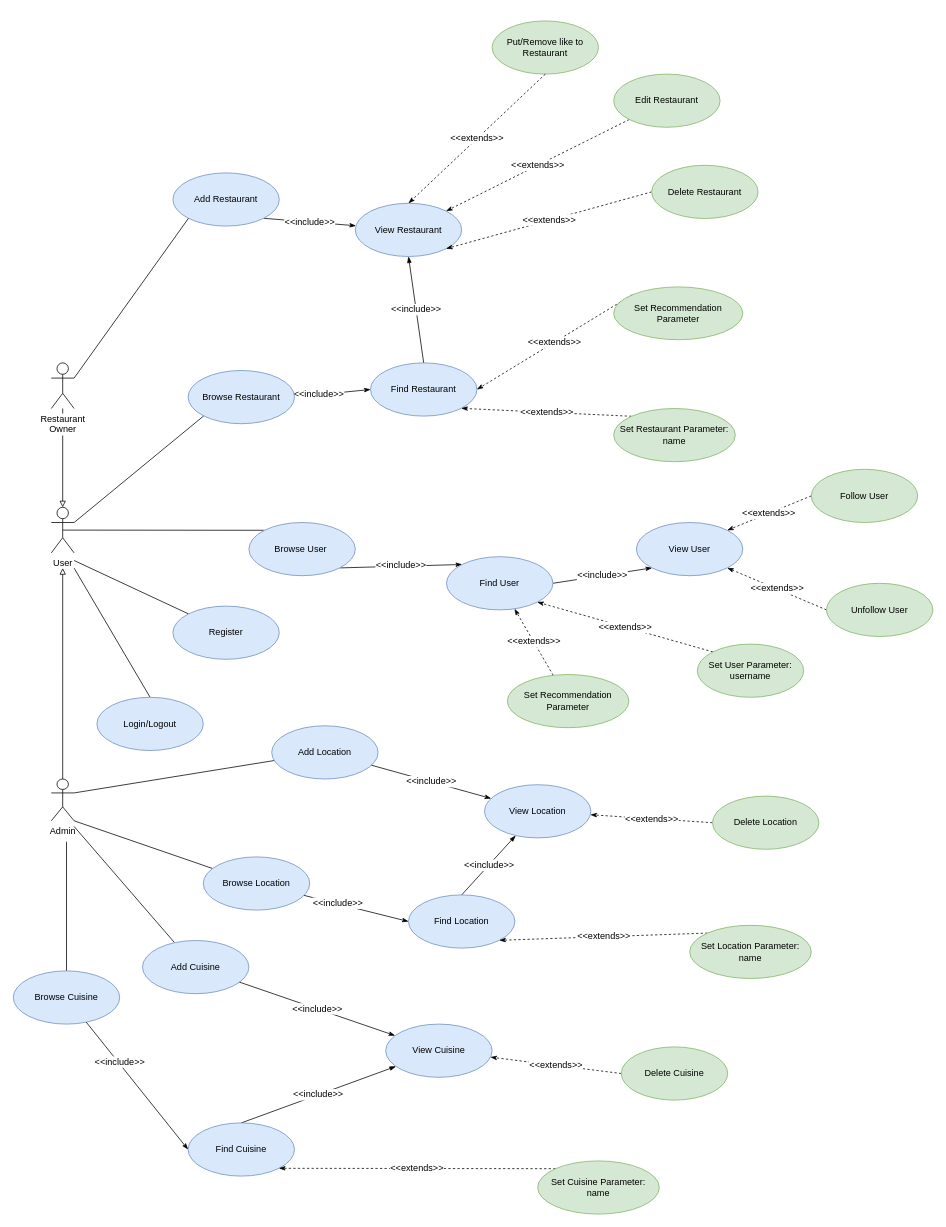
Before: page "Page-2" (2 of 2) of draw.io/data_model.drawio in spampas/restaurant_recommendation_graphdb, a draw.io diagram. Source tidied: cells renumbered, new cells numbered last; positions are measured from the earlier drawing's top-left corner, leaving out a move shared by most shapes. Both pictures are drawn from the tidied source at 76%, with x=0, y=0 at pixel (13, 21).
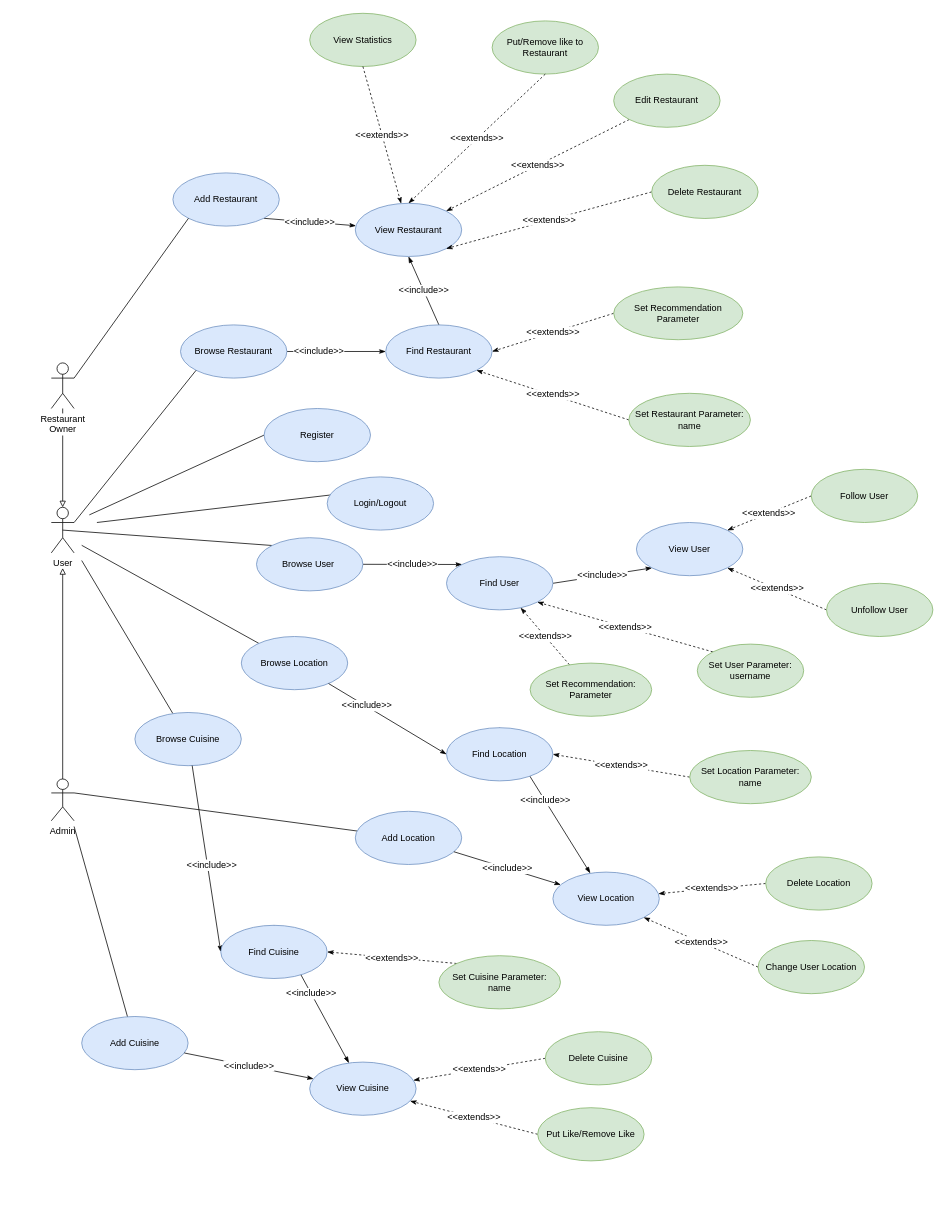
After the change.

Unchanged cells that the change refers to:
```xml
<mxCell id="11" value="View Restaurant" style="ellipse;whiteSpace=wrap;html=1;fontSize=12;fillColor=#dae8fc;strokeColor=#6c8ebf;" parent="1" vertex="1">
  <mxGeometry x="450" y="240" width="140" height="70" as="geometry" />
</mxCell>
<mxCell id="20" value="Find User" style="ellipse;whiteSpace=wrap;html=1;fontSize=12;fillColor=#dae8fc;strokeColor=#6c8ebf;" parent="1" vertex="1">
  <mxGeometry x="570" y="705" width="140" height="70" as="geometry" />
</mxCell>
<mxCell id="36" value="Set Recommendation Parameter" style="ellipse;whiteSpace=wrap;html=1;fontSize=12;fillColor=#d5e8d4;strokeColor=#82b366;" parent="1" vertex="1">
  <mxGeometry x="790" y="350" width="169.9" height="69.5" as="geometry" />
</mxCell>
<mxCell id="44" value="Admin" style="shape=umlActor;verticalLabelPosition=bottom;labelBackgroundColor=#ffffff;verticalAlign=top;html=1;" parent="1" vertex="1">
  <mxGeometry x="50" y="997.5" width="30" height="55" as="geometry" />
</mxCell>
<mxCell id="67" style="edgeStyle=none;rounded=0;jettySize=auto;html=1;entryX=0;entryY=0.5;entryDx=0;entryDy=0;endArrow=classicThin;endFill=1;fontSize=12;" parent="1" edge="1" source="60" target="70">
  <mxGeometry relative="1" as="geometry" />
</mxCell>
```

Change to the diagram source:
```diff
@@
-    <mxCell id="7" style="edgeStyle=none;rounded=0;jettySize=auto;html=1;exitX=0;exitY=0;exitDx=0;exitDy=0;endArrow=none;endFill=0;fontSize=12;" parent="1" edge="1" source="8">
+    <mxCell id="7" style="edgeStyle=none;rounded=0;jettySize=auto;html=1;exitX=0;exitY=0.5;exitDx=0;exitDy=0;endArrow=none;endFill=0;fontSize=12;" parent="1" edge="1" source="8">
       <mxGeometry relative="1" as="geometry">
-        <mxPoint x="80" y="710" as="targetPoint" />
+        <mxPoint x="100" y="650" as="targetPoint" />
       </mxGeometry>
     </mxCell>
     <mxCell id="8" value="Register" style="ellipse;whiteSpace=wrap;html=1;fontSize=12;fillColor=#dae8fc;strokeColor=#6c8ebf;" parent="1" vertex="1">
-      <mxGeometry x="210" y="770" width="140" height="70" as="geometry" />
+      <mxGeometry x="330" y="510" width="140" height="70" as="geometry" />
     </mxCell>
-    <mxCell id="9" style="edgeStyle=none;rounded=0;jettySize=auto;html=1;exitX=0.5;exitY=0;exitDx=0;exitDy=0;endArrow=none;endFill=0;fontSize=12;" parent="1" edge="1" source="10">
+    <mxCell id="9" style="edgeStyle=none;rounded=0;jettySize=auto;html=1;exitX=1;exitY=0;exitDx=0;exitDy=0;endArrow=none;endFill=0;fontSize=12;" parent="1" edge="1" source="10">
       <mxGeometry relative="1" as="geometry">
-        <mxPoint x="80" y="720" as="targetPoint" />
+        <mxPoint x="110" y="660" as="targetPoint" />
       </mxGeometry>
     </mxCell>
     <mxCell id="10" value="Login/Logout" style="ellipse;whiteSpace=wrap;html=1;fontSize=12;fillColor=#dae8fc;strokeColor=#6c8ebf;" parent="1" vertex="1">
-      <mxGeometry x="110" y="890" width="140" height="70" as="geometry" />
+      <mxGeometry x="413" y="600" width="140" height="70" as="geometry" />
     </mxCell>
@@
-    <mxCell id="16" value="&amp;lt;&amp;lt;include&amp;gt;&amp;gt;" style="rounded=0;jettySize=auto;html=1;exitX=1;exitY=1;exitDx=0;exitDy=0;entryX=0;entryY=0;entryDx=0;entryDy=0;endArrow=classicThin;endFill=1;fontSize=12;" parent="1" edge="1" source="18" target="20">
+    <mxCell id="16" value="&amp;lt;&amp;lt;include&amp;gt;&amp;gt;" style="rounded=0;jettySize=auto;html=1;exitX=1;exitY=0.5;exitDx=0;exitDy=0;entryX=0;entryY=0;entryDx=0;entryDy=0;endArrow=classicThin;endFill=1;fontSize=12;" parent="1" edge="1" source="18" target="20">
       <mxGeometry relative="1" as="geometry" />
     </mxCell>
@@
     <mxCell id="18" value="Browse User&amp;nbsp;" style="ellipse;whiteSpace=wrap;html=1;fontSize=12;fillColor=#dae8fc;strokeColor=#6c8ebf;" parent="1" vertex="1">
-      <mxGeometry x="310" y="660" width="140" height="70" as="geometry" />
+      <mxGeometry x="320" y="680" width="140" height="70" as="geometry" />
     </mxCell>
@@
     <mxCell id="30" value="Browse Restaurant" style="ellipse;whiteSpace=wrap;html=1;fontSize=12;fillColor=#dae8fc;strokeColor=#6c8ebf;" parent="1" vertex="1">
-      <mxGeometry x="230" y="460" width="140" height="70" as="geometry" />
+      <mxGeometry x="220" y="400" width="140" height="70" as="geometry" />
     </mxCell>
@@
     <mxCell id="32" value="Find Restaurant" style="ellipse;whiteSpace=wrap;html=1;fontSize=12;fillColor=#dae8fc;strokeColor=#6c8ebf;" parent="1" vertex="1">
-      <mxGeometry x="470" y="450" width="140" height="70" as="geometry" />
+      <mxGeometry x="490" y="400" width="140" height="70" as="geometry" />
     </mxCell>
-    <mxCell id="33" value="&amp;lt;&amp;lt;extends&amp;gt;&amp;gt;" style="edgeStyle=none;rounded=0;jettySize=auto;html=1;exitX=0;exitY=0;exitDx=0;exitDy=0;entryX=1;entryY=1;entryDx=0;entryDy=0;dashed=1;endArrow=classicThin;endFill=1;fontSize=12;" parent="1" edge="1" source="34" target="32">
+    <mxCell id="33" value="&amp;lt;&amp;lt;extends&amp;gt;&amp;gt;" style="edgeStyle=none;rounded=0;jettySize=auto;html=1;exitX=0;exitY=0.5;exitDx=0;exitDy=0;entryX=1;entryY=1;entryDx=0;entryDy=0;dashed=1;endArrow=classicThin;endFill=1;fontSize=12;" parent="1" edge="1" source="34" target="32">
       <mxGeometry relative="1" as="geometry" />
     </mxCell>
     <mxCell id="34" value="Set Restaurant Parameter:&lt;br&gt;name" style="ellipse;whiteSpace=wrap;html=1;fontSize=12;fillColor=#d5e8d4;strokeColor=#82b366;" parent="1" vertex="1">
-      <mxGeometry x="790" y="510" width="160" height="70" as="geometry" />
+      <mxGeometry x="809.9" y="490" width="160" height="70" as="geometry" />
     </mxCell>
-    <mxCell id="35" value="&amp;lt;&amp;lt;extends&amp;gt;&amp;gt;" style="edgeStyle=none;rounded=0;jettySize=auto;html=1;exitX=0;exitY=0;exitDx=0;exitDy=0;entryX=1;entryY=0.5;entryDx=0;entryDy=0;dashed=1;endArrow=classicThin;endFill=1;fontSize=12;" parent="1" edge="1" source="36" target="32">
+    <mxCell id="35" value="&amp;lt;&amp;lt;extends&amp;gt;&amp;gt;" style="edgeStyle=none;rounded=0;jettySize=auto;html=1;exitX=0;exitY=0.5;exitDx=0;exitDy=0;entryX=1;entryY=0.5;entryDx=0;entryDy=0;dashed=1;endArrow=classicThin;endFill=1;fontSize=12;" parent="1" edge="1" source="36" target="32">
       <mxGeometry relative="1" as="geometry" />
     </mxCell>
@@
-    <mxCell id="42" value="Set Recommendation Parameter" style="ellipse;whiteSpace=wrap;html=1;fontSize=12;fillColor=#d5e8d4;strokeColor=#82b366;" parent="1" vertex="1">
-      <mxGeometry x="650" y="860" width="160" height="70" as="geometry" />
+    <mxCell id="42" value="Set Recommendation: Parameter" style="ellipse;whiteSpace=wrap;html=1;fontSize=12;fillColor=#d5e8d4;strokeColor=#82b366;" parent="1" vertex="1">
+      <mxGeometry x="680" y="845" width="160" height="70" as="geometry" />
     </mxCell>
@@
     <mxCell id="46" value="Add Location" style="ellipse;whiteSpace=wrap;html=1;fontSize=12;fillColor=#dae8fc;strokeColor=#6c8ebf;" parent="1" vertex="1">
-      <mxGeometry x="340" y="927.5" width="140" height="70" as="geometry" />
+      <mxGeometry x="450" y="1040" width="140" height="70" as="geometry" />
     </mxCell>
@@
     <mxCell id="48" value="Add Cuisine" style="ellipse;whiteSpace=wrap;html=1;fontSize=12;fillColor=#dae8fc;strokeColor=#6c8ebf;" parent="1" vertex="1">
-      <mxGeometry x="170" y="1210" width="140" height="70" as="geometry" />
+      <mxGeometry x="90" y="1310" width="140" height="70" as="geometry" />
     </mxCell>
@@
     <mxCell id="50" value="View Cuisine" style="ellipse;whiteSpace=wrap;html=1;fontSize=12;fillColor=#dae8fc;strokeColor=#6c8ebf;" parent="1" vertex="1">
-      <mxGeometry x="490" y="1320" width="140" height="70" as="geometry" />
+      <mxGeometry x="390" y="1370" width="140" height="70" as="geometry" />
     </mxCell>
@@
     <mxCell id="52" value="View Location" style="ellipse;whiteSpace=wrap;html=1;fontSize=12;fillColor=#dae8fc;strokeColor=#6c8ebf;" parent="1" vertex="1">
-      <mxGeometry x="620" y="1005" width="140" height="70" as="geometry" />
+      <mxGeometry x="710" y="1120" width="140" height="70" as="geometry" />
     </mxCell>
@@
     <mxCell id="54" value="Delete Cuisine" style="ellipse;whiteSpace=wrap;html=1;fontSize=12;fillColor=#d5e8d4;strokeColor=#82b366;" parent="1" vertex="1">
-      <mxGeometry x="800" y="1350" width="140" height="70" as="geometry" />
+      <mxGeometry x="700" y="1330" width="140" height="70" as="geometry" />
     </mxCell>
@@
     <mxCell id="56" value="Delete Location" style="ellipse;whiteSpace=wrap;html=1;fontSize=12;fillColor=#d5e8d4;strokeColor=#82b366;" parent="1" vertex="1">
-      <mxGeometry x="920" y="1020" width="140" height="70" as="geometry" />
+      <mxGeometry x="990" y="1100" width="140" height="70" as="geometry" />
     </mxCell>
-    <mxCell id="57" style="rounded=0;jettySize=auto;html=1;entryX=1;entryY=1;entryDx=0;entryDy=0;entryPerimeter=0;endArrow=none;endFill=0;" parent="1" edge="1" source="58" target="44">
-      <mxGeometry relative="1" as="geometry" />
+    <mxCell id="57" style="rounded=0;jettySize=auto;html=1;endArrow=none;endFill=0;" parent="1" edge="1" source="58">
+      <mxGeometry relative="1" as="geometry">
+        <mxPoint x="90" y="690" as="targetPoint" />
+      </mxGeometry>
     </mxCell>
     <mxCell id="58" value="Browse Location" style="ellipse;whiteSpace=wrap;html=1;fontSize=12;fillColor=#dae8fc;strokeColor=#6c8ebf;" parent="1" vertex="1">
-      <mxGeometry x="250" y="1100" width="140" height="70" as="geometry" />
+      <mxGeometry x="300" y="810" width="140" height="70" as="geometry" />
     </mxCell>
     <mxCell id="59" style="edgeStyle=none;rounded=0;jettySize=auto;html=1;endArrow=none;endFill=0;" parent="1" edge="1" source="60">
       <mxGeometry relative="1" as="geometry">
-        <mxPoint x="70" y="1080" as="targetPoint" />
+        <mxPoint x="90" y="710" as="targetPoint" />
       </mxGeometry>
     </mxCell>
     <mxCell id="60" value="Browse Cuisine" style="ellipse;whiteSpace=wrap;html=1;fontSize=12;fillColor=#dae8fc;strokeColor=#6c8ebf;" parent="1" vertex="1">
-      <mxGeometry y="1250" width="140" height="70" as="geometry" />
+      <mxGeometry x="160" y="910" width="140" height="70" as="geometry" />
     </mxCell>
@@
     <mxCell id="64" value="Find Location" style="ellipse;whiteSpace=wrap;html=1;fontSize=12;fillColor=#dae8fc;strokeColor=#6c8ebf;" parent="1" vertex="1">
-      <mxGeometry x="520" y="1150" width="140" height="70" as="geometry" />
+      <mxGeometry x="570" y="930" width="140" height="70" as="geometry" />
     </mxCell>
-    <mxCell id="65" value="&amp;lt;&amp;lt;extends&amp;gt;&amp;gt;" style="edgeStyle=none;rounded=0;jettySize=auto;html=1;exitX=0;exitY=0;exitDx=0;exitDy=0;entryX=1;entryY=1;entryDx=0;entryDy=0;dashed=1;endArrow=classicThin;endFill=1;fontSize=12;" parent="1" edge="1" source="66" target="64">
+    <mxCell id="65" value="&amp;lt;&amp;lt;extends&amp;gt;&amp;gt;" style="edgeStyle=none;rounded=0;jettySize=auto;html=1;exitX=0;exitY=0.5;exitDx=0;exitDy=0;entryX=1;entryY=0.5;entryDx=0;entryDy=0;dashed=1;endArrow=classicThin;endFill=1;fontSize=12;" parent="1" edge="1" source="66" target="64">
       <mxGeometry relative="1" as="geometry" />
     </mxCell>
     <mxCell id="66" value="Set Location Parameter:&lt;br&gt;name" style="ellipse;whiteSpace=wrap;html=1;fontSize=12;fillColor=#d5e8d4;strokeColor=#82b366;" parent="1" vertex="1">
-      <mxGeometry x="890" y="1190" width="160" height="70" as="geometry" />
+      <mxGeometry x="890" y="960" width="160" height="70" as="geometry" />
     </mxCell>
@@
     <mxCell id="68" value="&amp;lt;&amp;lt;include&amp;gt;&amp;gt;" style="edgeLabel;html=1;align=center;verticalAlign=middle;fontSize=12;" parent="67" vertex="1">
-      <mxGeometry x="-0.37" y="1" relative="1" as="geometry" />
+      <mxGeometry x="-0.37" y="1" relative="1" as="geometry">
+        <mxPoint x="11.9" y="53.5" as="offset" />
+      </mxGeometry>
     </mxCell>
@@
     <mxCell id="70" value="Find Cuisine" style="ellipse;whiteSpace=wrap;html=1;fontSize=12;fillColor=#dae8fc;strokeColor=#6c8ebf;" parent="1" vertex="1">
-      <mxGeometry x="230" y="1450" width="140" height="70" as="geometry" />
+      <mxGeometry x="273" y="1190" width="140" height="70" as="geometry" />
     </mxCell>
-    <mxCell id="71" value="&amp;lt;&amp;lt;extends&amp;gt;&amp;gt;" style="edgeStyle=none;rounded=0;jettySize=auto;html=1;exitX=0;exitY=0;exitDx=0;exitDy=0;entryX=1;entryY=1;entryDx=0;entryDy=0;dashed=1;endArrow=classicThin;endFill=1;fontSize=12;" parent="1" edge="1" source="72" target="70">
+    <mxCell id="71" value="&amp;lt;&amp;lt;extends&amp;gt;&amp;gt;" style="edgeStyle=none;rounded=0;jettySize=auto;html=1;exitX=0;exitY=0;exitDx=0;exitDy=0;entryX=1;entryY=0.5;entryDx=0;entryDy=0;dashed=1;endArrow=classicThin;endFill=1;fontSize=12;" parent="1" edge="1" source="72" target="70">
       <mxGeometry relative="1" as="geometry" />
     </mxCell>
     <mxCell id="72" value="Set Cuisine Parameter:&lt;br&gt;name" style="ellipse;whiteSpace=wrap;html=1;fontSize=12;fillColor=#d5e8d4;strokeColor=#82b366;" parent="1" vertex="1">
-      <mxGeometry x="690" y="1500" width="160" height="70" as="geometry" />
+      <mxGeometry x="560" y="1230" width="160" height="70" as="geometry" />
     </mxCell>
+    <mxCell id="73" value="&amp;lt;&amp;lt;extends&amp;gt;&amp;gt;" style="edgeStyle=none;rounded=0;jettySize=auto;html=1;exitX=0;exitY=0.5;exitDx=0;exitDy=0;dashed=1;endArrow=classicThin;endFill=1;fontSize=12;" parent="1" edge="1" source="74" target="50">
+      <mxGeometry relative="1" as="geometry" />
+    </mxCell>
+    <mxCell id="74" value="Put Like/Remove Like" style="ellipse;whiteSpace=wrap;html=1;fontSize=12;fillColor=#d5e8d4;strokeColor=#82b366;" parent="1" vertex="1">
+      <mxGeometry x="690" y="1430" width="140" height="70" as="geometry" />
+    </mxCell>
+    <mxCell id="75" value="&amp;lt;&amp;lt;extends&amp;gt;&amp;gt;" style="edgeStyle=none;rounded=0;jettySize=auto;html=1;exitX=0;exitY=0.5;exitDx=0;exitDy=0;dashed=1;endArrow=classicThin;endFill=1;fontSize=12;entryX=1;entryY=1;entryDx=0;entryDy=0;" parent="1" edge="1" source="76" target="52">
+      <mxGeometry relative="1" as="geometry" />
+    </mxCell>
+    <mxCell id="76" value="Change User Location" style="ellipse;whiteSpace=wrap;html=1;fontSize=12;fillColor=#d5e8d4;strokeColor=#82b366;" parent="1" vertex="1">
+      <mxGeometry x="980" y="1210" width="140" height="70" as="geometry" />
+    </mxCell>
+    <mxCell id="77" value="View Statistics" style="ellipse;whiteSpace=wrap;html=1;fontSize=12;fillColor=#d5e8d4;strokeColor=#82b366;" parent="1" vertex="1">
+      <mxGeometry x="390" y="-10" width="140" height="70" as="geometry" />
+    </mxCell>
+    <mxCell id="78" value="&amp;lt;&amp;lt;extends&amp;gt;&amp;gt;" style="edgeStyle=none;rounded=0;jettySize=auto;html=1;exitX=0.5;exitY=1;exitDx=0;exitDy=0;dashed=1;endArrow=classicThin;endFill=1;fontSize=12;" parent="1" edge="1" source="77" target="11">
+      <mxGeometry relative="1" as="geometry" />
+    </mxCell>
```
